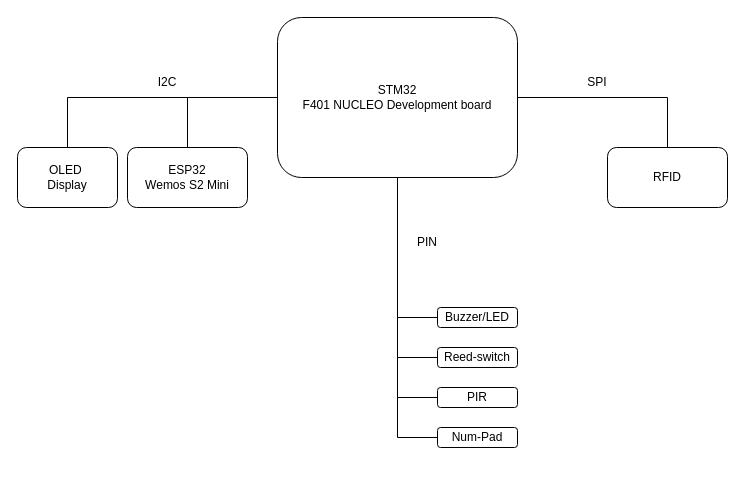
Before: Assets/Block_Diagram.drawio in castagnoemanuele/STM32-smart-alarm, a draw.io diagram. Source tidied: cells renumbered, new cells numbered last; positions are measured from the earlier drawing's top-left corner, leaving out a move shared by most shapes. Both pictures are drawn from the tidied source at 100%, with x=0, y=0 at pixel (17, 17).
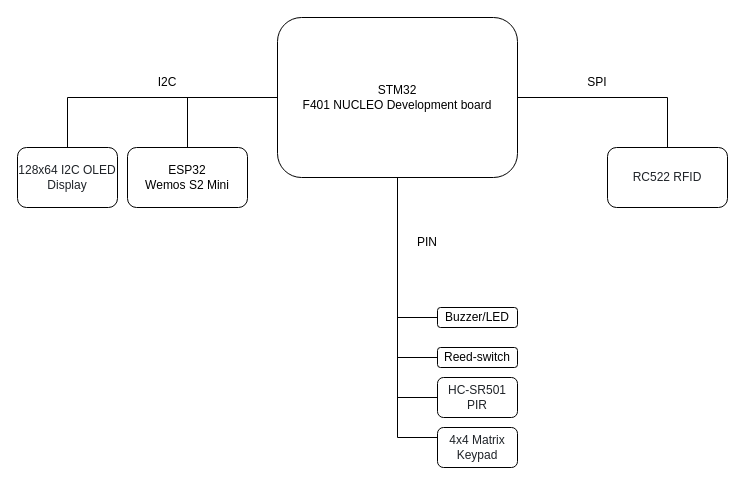
The same page after the edit.

What changed in the source:
```diff
@@
-    <mxCell id="4" value="OLED&amp;nbsp;&lt;div&gt;Display&lt;/div&gt;" style="rounded=1;whiteSpace=wrap;html=1;" parent="1" vertex="1">
+    <mxCell id="4" value="&lt;span style=&quot;box-sizing: border-box; color: rgb(31, 35, 40); text-align: left; background-color: rgb(255, 255, 255);&quot;&gt;&lt;font face=&quot;Helvetica&quot; style=&quot;&quot;&gt;128x64 I2C OLED Display&lt;/font&gt;&lt;/span&gt;" style="rounded=1;whiteSpace=wrap;html=1;" parent="1" vertex="1">
       <mxGeometry y="130" width="100" height="60" as="geometry" />
     </mxCell>
@@
-    <mxCell id="10" value="RFID" style="rounded=1;whiteSpace=wrap;html=1;" parent="1" vertex="1">
+    <mxCell id="10" value="&lt;span style=&quot;box-sizing: border-box; color: rgb(31, 35, 40); text-align: left; background-color: rgb(255, 255, 255);&quot;&gt;&lt;font face=&quot;Helvetica&quot; style=&quot;&quot;&gt;RC522 RFID&lt;/font&gt;&lt;/span&gt;" style="rounded=1;whiteSpace=wrap;html=1;" parent="1" vertex="1">
       <mxGeometry x="590" y="130" width="120" height="60" as="geometry" />
     </mxCell>
@@
-    <mxCell id="15" value="Num-Pad" style="rounded=1;whiteSpace=wrap;html=1;" parent="1" vertex="1">
-      <mxGeometry x="420" y="410" width="80" height="20" as="geometry" />
+    <mxCell id="15" value="&lt;span style=&quot;box-sizing: border-box; color: rgb(31, 35, 40); text-align: left; background-color: rgb(255, 255, 255);&quot;&gt;&lt;font face=&quot;Helvetica&quot; style=&quot;&quot;&gt;4x4 Matrix Keypad&lt;/font&gt;&lt;/span&gt;" style="rounded=1;whiteSpace=wrap;html=1;" parent="1" vertex="1">
+      <mxGeometry x="420" y="410" width="80" height="40" as="geometry" />
     </mxCell>
-    <mxCell id="16" value="PIR" style="rounded=1;whiteSpace=wrap;html=1;" parent="1" vertex="1">
-      <mxGeometry x="420" y="370" width="80" height="20" as="geometry" />
+    <mxCell id="16" value="&lt;span style=&quot;color: rgb(31, 35, 40); text-align: left; background-color: rgb(255, 255, 255);&quot;&gt;HC-SR501 PIR&lt;/span&gt;" style="rounded=1;whiteSpace=wrap;html=1;" parent="1" vertex="1">
+      <mxGeometry x="420" y="360" width="80" height="40" as="geometry" />
     </mxCell>
```
